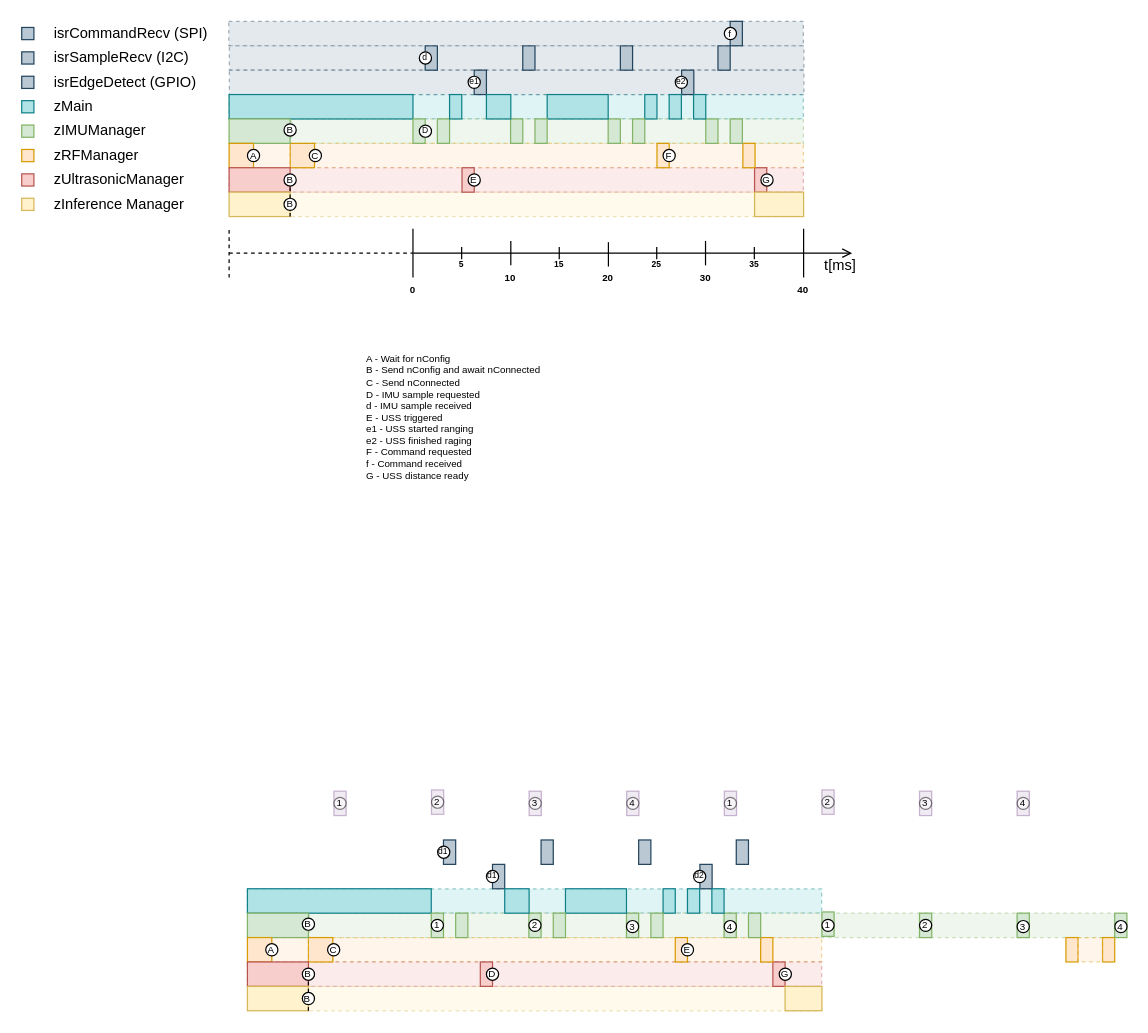
Before: 5. Verification/3. Verification/1. Software Specification/task_timeline-local.drawio in esrg-silent-howl/zephyrus, a draw.io diagram. Source tidied: cells renumbered, new cells numbered last; positions are measured from the earlier drawing's top-left corner, leaving out a move shared by most shapes. Both pictures are drawn from the tidied source at 122%, with x=0, y=0 at pixel (21, 21).
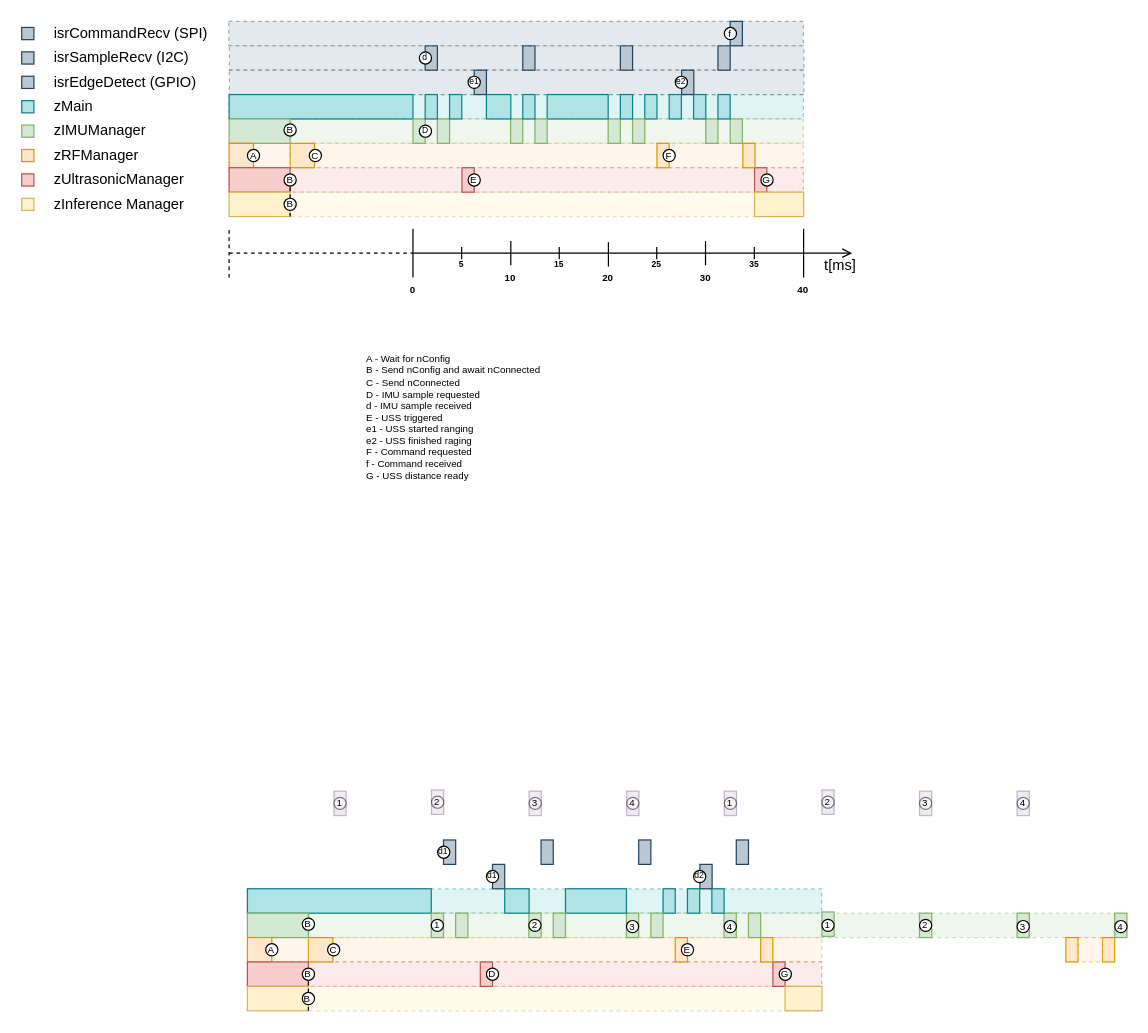
The same diagram, later.

Commit message (it also covers changes not shown here):
UPDT: Remote task timeline to include only 1 sampling instance and interrupts

Change to the diagram source:
```diff
@@
+    <mxCell id="179" style="rounded=0;whiteSpace=wrap;html=1;fillColor=#b0e3e6;strokeColor=#0e8088;" parent="1" vertex="1">
+      <mxGeometry x="411" y="60" width="10" height="20" as="geometry" />
+    </mxCell>
+    <mxCell id="180" style="rounded=0;whiteSpace=wrap;html=1;fillColor=#b0e3e6;strokeColor=#0e8088;" parent="1" vertex="1">
+      <mxGeometry x="491" y="60" width="10" height="20" as="geometry" />
+    </mxCell>
+    <mxCell id="181" style="rounded=0;whiteSpace=wrap;html=1;fillColor=#b0e3e6;strokeColor=#0e8088;" parent="1" vertex="1">
+      <mxGeometry x="331" y="60" width="10" height="20" as="geometry" />
+    </mxCell>
+    <mxCell id="182" style="rounded=0;whiteSpace=wrap;html=1;fillColor=#b0e3e6;strokeColor=#0e8088;" parent="1" vertex="1">
+      <mxGeometry x="571" y="60" width="10" height="20" as="geometry" />
+    </mxCell>
```
